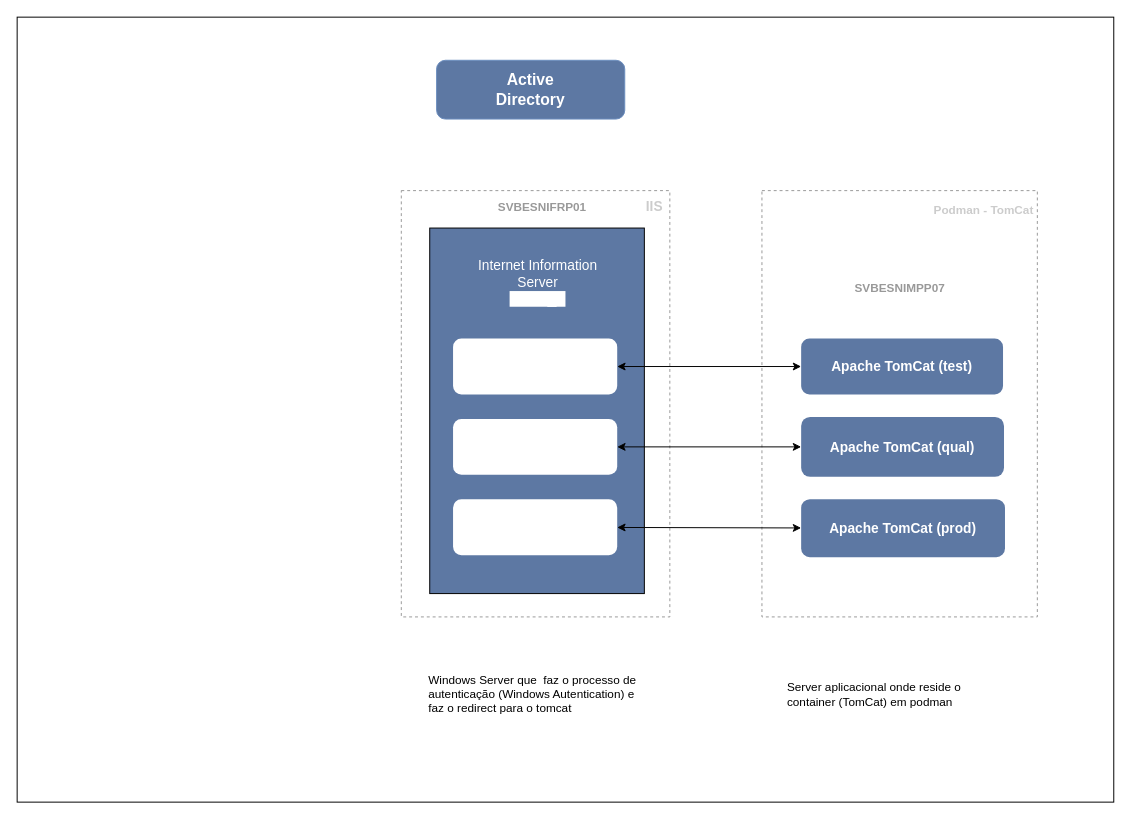
Before: RING.drawio in Josemyr1993/Diagramas, a draw.io diagram. Source tidied: cells renumbered, new cells numbered last; positions are measured from the earlier drawing's top-left corner, leaving out a move shared by most shapes. Both pictures are drawn from the tidied source at 98%, with x=0, y=0 at pixel (17, 17).
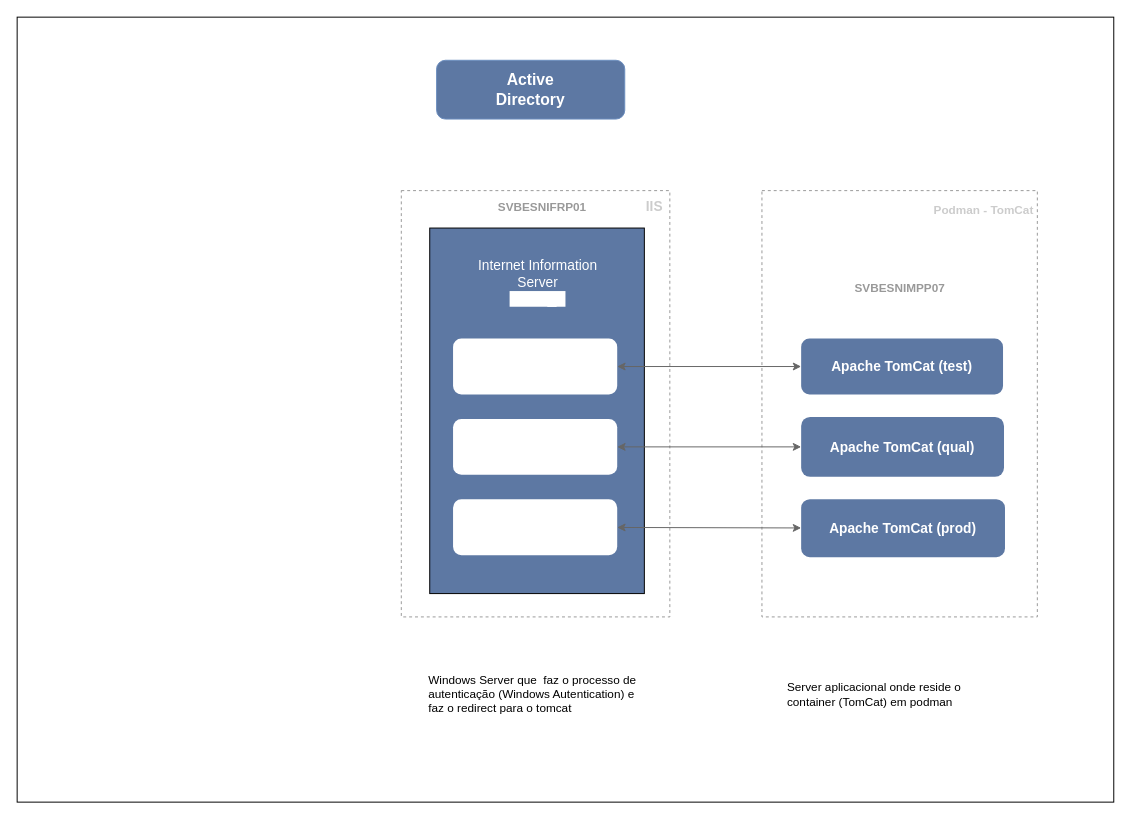
After the change.

Unchanged cells that the change refers to:
```xml
<mxCell id="8" style="rounded=1;whiteSpace=wrap;html=1;strokeColor=none;" parent="1" vertex="1">
  <mxGeometry x="444.8" y="328" width="167.5" height="57" as="geometry" />
</mxCell>
<mxCell id="9" style="rounded=1;whiteSpace=wrap;html=1;fillColor=default;strokeColor=none;" parent="1" vertex="1">
  <mxGeometry x="444.8" y="410" width="167.5" height="57" as="geometry" />
</mxCell>
<mxCell id="10" style="rounded=1;whiteSpace=wrap;html=1;strokeColor=none;" parent="1" vertex="1">
  <mxGeometry x="444.8" y="492" width="167.5" height="57" as="geometry" />
</mxCell>
<mxCell id="15" value="&lt;font style=&quot;font-size: 14px;&quot;&gt;&lt;b&gt;Apache TomCat (test)&lt;/b&gt;&lt;/font&gt;" style="rounded=1;whiteSpace=wrap;html=1;strokeColor=none;fillColor=#5D78A3;fontColor=#FFFFFF;" parent="1" vertex="1">
  <mxGeometry x="800" y="328" width="206" height="57" as="geometry" />
</mxCell>
<mxCell id="16" value="&lt;b&gt;&lt;font style=&quot;font-size: 14px;&quot;&gt;Apache TomCat (qual)&lt;/font&gt;&lt;/b&gt;" style="rounded=1;whiteSpace=wrap;html=1;fillColor=#5D78A3;strokeColor=none;fontColor=#FFFFFF;" parent="1" vertex="1">
  <mxGeometry x="800" y="408" width="207" height="61" as="geometry" />
</mxCell>
<mxCell id="17" value="&lt;font style=&quot;font-size: 14px;&quot;&gt;&lt;b&gt;Apache TomCat (prod)&lt;/b&gt;&lt;/font&gt;" style="rounded=1;whiteSpace=wrap;html=1;strokeColor=none;fillColor=#5D78A3;fontColor=#FFFFFF;" parent="1" vertex="1">
  <mxGeometry x="800" y="492" width="208" height="59" as="geometry" />
</mxCell>
```

What changed in the source:
```diff
@@
-    <mxCell id="19" style="endArrow=classic;startArrow=classic;html=1;rounded=0;entryX=0;entryY=0.5;entryDx=0;entryDy=0;exitX=1;exitY=0.5;exitDx=0;exitDy=0;" parent="1" edge="1" source="8" target="15">
+    <mxCell id="19" style="endArrow=classic;startArrow=classic;html=1;rounded=0;entryX=0;entryY=0.5;entryDx=0;entryDy=0;exitX=1;exitY=0.5;exitDx=0;exitDy=0;fontColor=#5D78A3;strokeColor=#666666;" parent="1" edge="1" source="8" target="15">
       <mxGeometry relative="1" as="geometry" />
     </mxCell>
-    <mxCell id="20" style="endArrow=classic;startArrow=classic;html=1;rounded=0;" parent="1" edge="1" source="9" target="16">
+    <mxCell id="20" style="endArrow=classic;startArrow=classic;html=1;rounded=0;strokeColor=#666666;" parent="1" edge="1" source="9" target="16">
       <mxGeometry relative="1" as="geometry" />
     </mxCell>
-    <mxCell id="21" style="endArrow=classic;startArrow=classic;html=1;rounded=0;" parent="1" edge="1" source="10" target="17">
+    <mxCell id="21" style="endArrow=classic;startArrow=classic;html=1;rounded=0;strokeColor=#666666;" parent="1" edge="1" source="10" target="17">
       <mxGeometry relative="1" as="geometry" />
     </mxCell>
```
